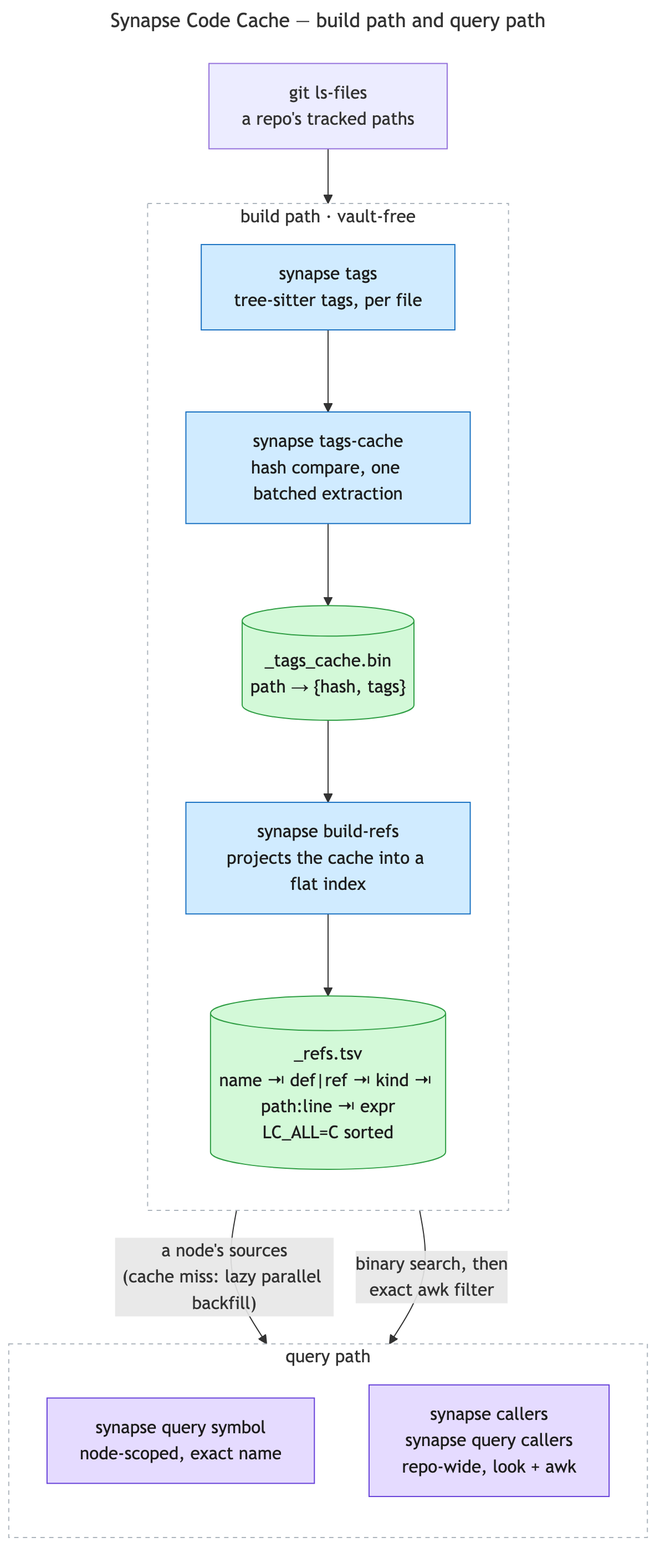
Earlier version of the Mermaid export docs/diagrams/synapse-code-cache.png (imunitic/synapse). Its source is kept beside it as docs/diagrams/synapse-code-cache.mmd.
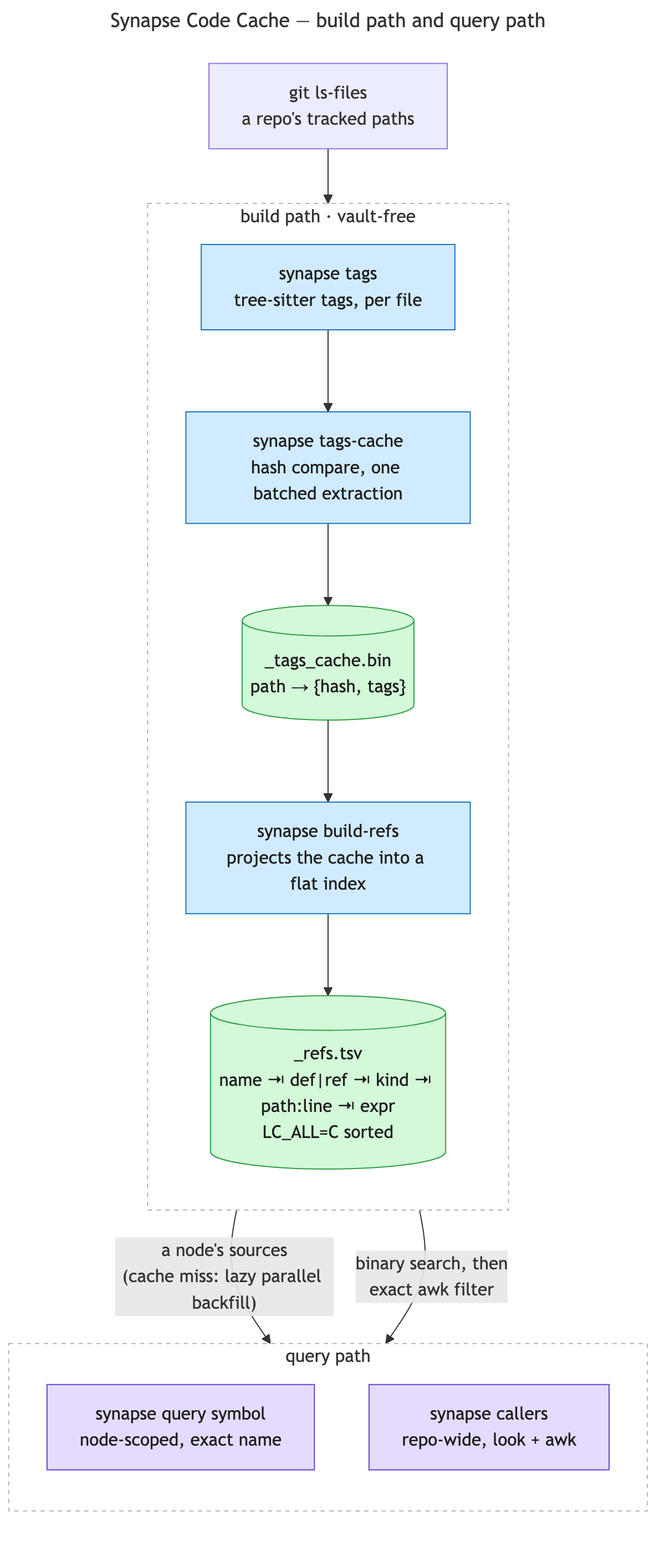
The same file after the commit.

Commit message:
docs(skills): two binaries, and `callers` is not under `query`

The edit, as a diff of the source:
```diff
@@ -21,7 +21,7 @@
     subgraph QUERY["query path"]
         direction TB
         SYMBOL["synapse query symbol<br/>node-scoped, exact name"]
-        CALLERS["synapse callers<br/>synapse query callers<br/>repo-wide, look + awk"]
+        CALLERS["synapse callers<br/>repo-wide, look + awk"]
     end
 
     FILES --> TAGS
```
